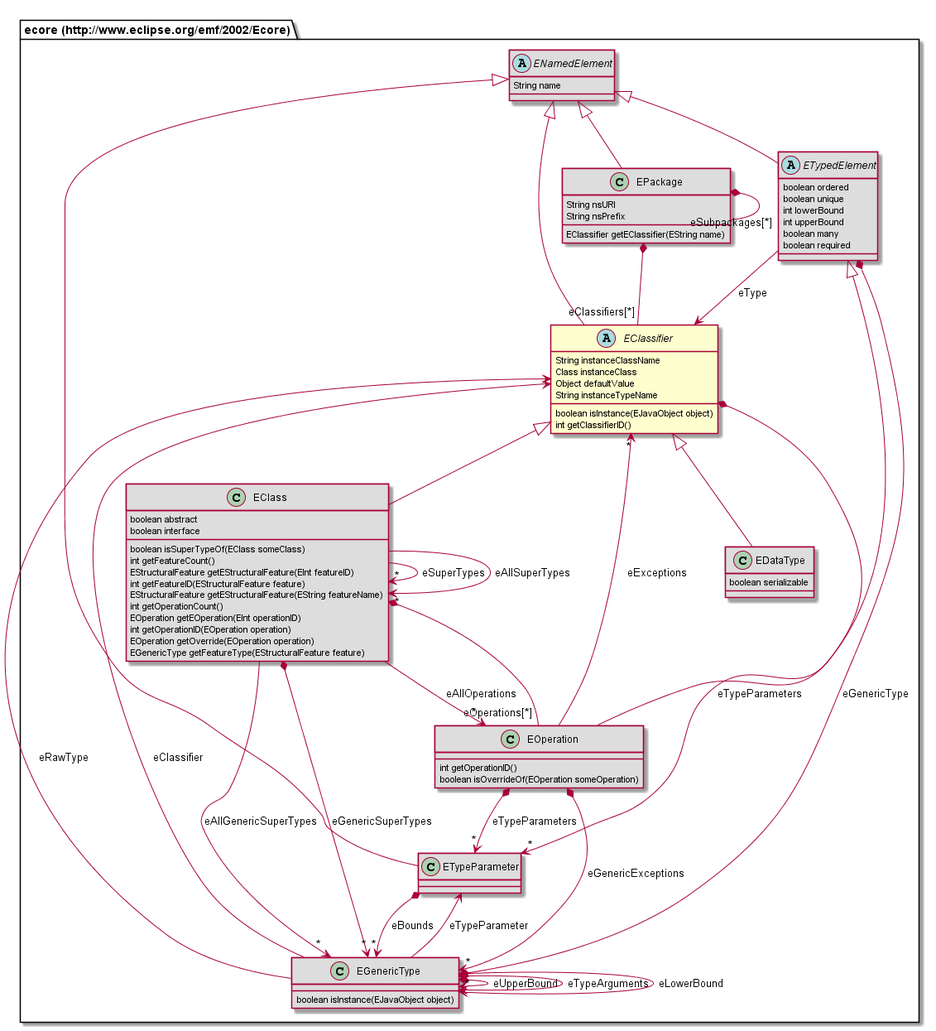
Above: org.nasdanika.html.repository/src/site/resources/app-model-doc/687474703a2f2f7777772e65636c697073652e6f72672f656d662f323030322f45636f7265/EClassifier.png in Nasdanika/html (PlantUML), before the change.
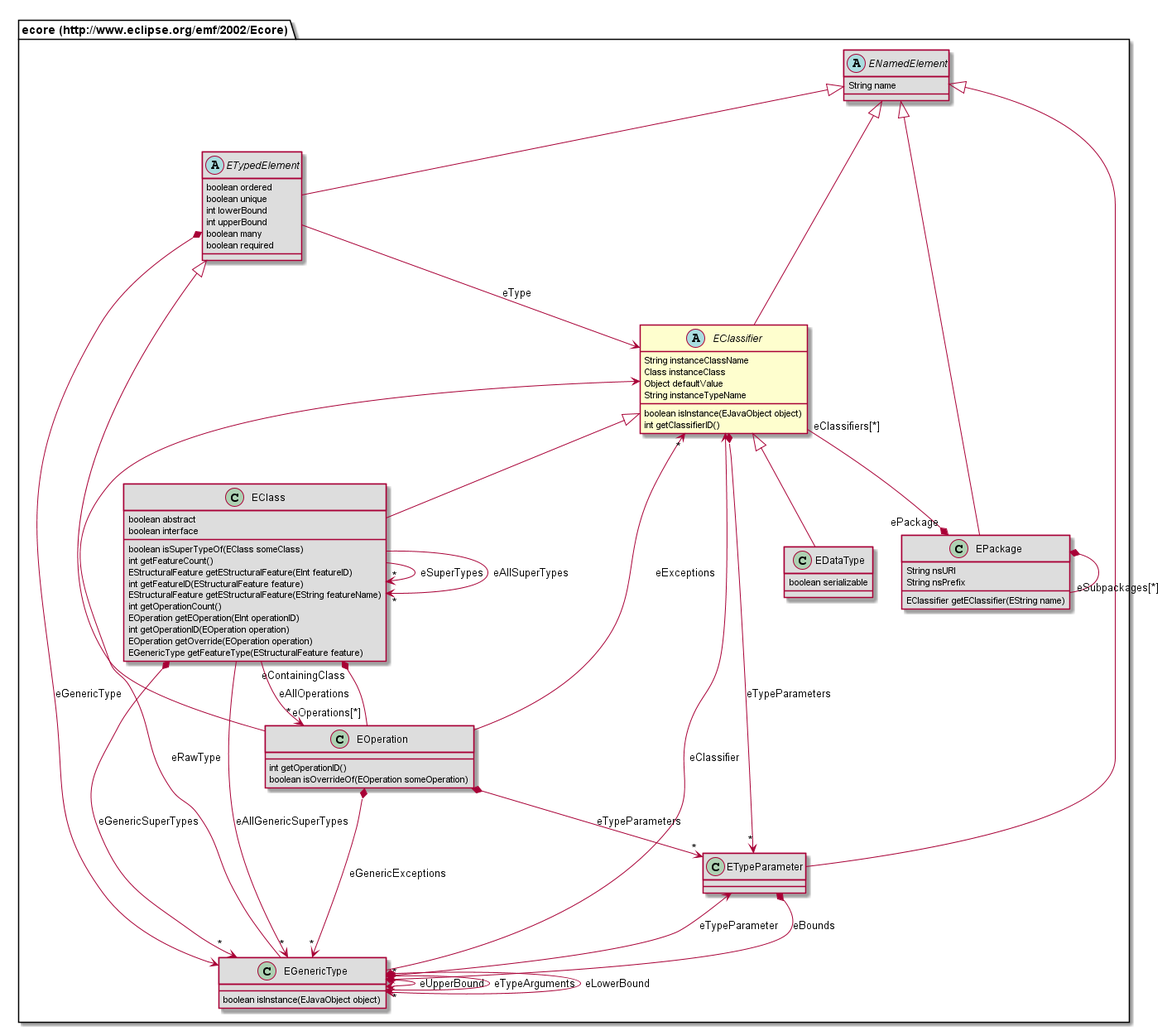
The same file after the commit.

Diff of the diagram source:
```diff
@@ -7,11 +7,6 @@
 	boolean isInstance(EJavaObject object)
 	int getClassifierID()
 }
-class "ecore (http://www.eclipse.org/emf/2002/Ecore).EPackage" [[#router/doc-content/687474703a2f2f7777772e65636c697073652e6f72672f656d662f323030322f45636f7265/EPackage.html]] #DDDDDD {
-	String nsURI
-	String nsPrefix
-	EClassifier getEClassifier(EString name)
-}
 abstract class "ecore (http://www.eclipse.org/emf/2002/Ecore).ETypedElement" [[#router/doc-content/687474703a2f2f7777772e65636c697073652e6f72672f656d662f323030322f45636f7265/ETypedElement.html]] #DDDDDD {
 	boolean ordered
 	boolean unique
@@ -20,10 +15,25 @@
 	boolean many
 	boolean required
 }
+abstract class "ecore (http://www.eclipse.org/emf/2002/Ecore).ENamedElement" [[#router/doc-content/687474703a2f2f7777772e65636c697073652e6f72672f656d662f323030322f45636f7265/ENamedElement.html]] #DDDDDD {
+	String name
+}
 class "ecore (http://www.eclipse.org/emf/2002/Ecore).EDataType" [[#router/doc-content/687474703a2f2f7777772e65636c697073652e6f72672f656d662f323030322f45636f7265/EDataType.html]] #DDDDDD {
 	boolean serializable
 }
 class "ecore (http://www.eclipse.org/emf/2002/Ecore).ETypeParameter" [[#router/doc-content/687474703a2f2f7777772e65636c697073652e6f72672f656d662f323030322f45636f7265/ETypeParameter.html]] #DDDDDD {
+}
+class "ecore (http://www.eclipse.org/emf/2002/Ecore).EGenericType" [[#router/doc-content/687474703a2f2f7777772e65636c697073652e6f72672f656d662f323030322f45636f7265/EGenericType.html]] #DDDDDD {
+	boolean isInstance(EJavaObject object)
+}
+class "ecore (http://www.eclipse.org/emf/2002/Ecore).EPackage" [[#router/doc-content/687474703a2f2f7777772e65636c697073652e6f72672f656d662f323030322f45636f7265/EPackage.html]] #DDDDDD {
+	String nsURI
+	String nsPrefix
+	EClassifier getEClassifier(EString name)
+}
+class "ecore (http://www.eclipse.org/emf/2002/Ecore).EOperation" [[#router/doc-content/687474703a2f2f7777772e65636c697073652e6f72672f656d662f323030322f45636f7265/EOperation.html]] #DDDDDD {
+	int getOperationID()
+	boolean isOverrideOf(EOperation someOperation)
 }
 class "ecore (http://www.eclipse.org/emf/2002/Ecore).EClass" [[#router/doc-content/687474703a2f2f7777772e65636c697073652e6f72672f656d662f323030322f45636f7265/EClass.html]] #DDDDDD {
 	boolean abstract
@@ -39,42 +49,32 @@
 	EOperation getOverride(EOperation operation)
 	EGenericType getFeatureType(EStructuralFeature feature)
 }
-class "ecore (http://www.eclipse.org/emf/2002/Ecore).EOperation" [[#router/doc-content/687474703a2f2f7777772e65636c697073652e6f72672f656d662f323030322f45636f7265/EOperation.html]] #DDDDDD {
-	int getOperationID()
-	boolean isOverrideOf(EOperation someOperation)
-}
-class "ecore (http://www.eclipse.org/emf/2002/Ecore).EGenericType" [[#router/doc-content/687474703a2f2f7777772e65636c697073652e6f72672f656d662f323030322f45636f7265/EGenericType.html]] #DDDDDD {
-	boolean isInstance(EJavaObject object)
-}
-abstract class "ecore (http://www.eclipse.org/emf/2002/Ecore).ENamedElement" [[#router/doc-content/687474703a2f2f7777772e65636c697073652e6f72672f656d662f323030322f45636f7265/ENamedElement.html]] #DDDDDD {
-	String name
-}
-"ecore (http://www.eclipse.org/emf/2002/Ecore).ENamedElement" <|-- "ecore (http://www.eclipse.org/emf/2002/Ecore).EPackage"
 "ecore (http://www.eclipse.org/emf/2002/Ecore).ENamedElement" <|-- "ecore (http://www.eclipse.org/emf/2002/Ecore).ETypedElement"
 "ecore (http://www.eclipse.org/emf/2002/Ecore).EClassifier" <|-- "ecore (http://www.eclipse.org/emf/2002/Ecore).EDataType"
+"ecore (http://www.eclipse.org/emf/2002/Ecore).ENamedElement" <|-- "ecore (http://www.eclipse.org/emf/2002/Ecore).EClassifier"
 "ecore (http://www.eclipse.org/emf/2002/Ecore).ENamedElement" <|-- "ecore (http://www.eclipse.org/emf/2002/Ecore).ETypeParameter"
+"ecore (http://www.eclipse.org/emf/2002/Ecore).ENamedElement" <|-- "ecore (http://www.eclipse.org/emf/2002/Ecore).EPackage"
+"ecore (http://www.eclipse.org/emf/2002/Ecore).ETypedElement" <|-- "ecore (http://www.eclipse.org/emf/2002/Ecore).EOperation"
 "ecore (http://www.eclipse.org/emf/2002/Ecore).EClassifier" <|-- "ecore (http://www.eclipse.org/emf/2002/Ecore).EClass"
-"ecore (http://www.eclipse.org/emf/2002/Ecore).ETypedElement" <|-- "ecore (http://www.eclipse.org/emf/2002/Ecore).EOperation"
-"ecore (http://www.eclipse.org/emf/2002/Ecore).ENamedElement" <|-- "ecore (http://www.eclipse.org/emf/2002/Ecore).EClassifier"
-"ecore (http://www.eclipse.org/emf/2002/Ecore).EPackage" *-- "eClassifiers[*]" "ecore (http://www.eclipse.org/emf/2002/Ecore).EClassifier"
-"ecore (http://www.eclipse.org/emf/2002/Ecore).EPackage" *-- "eSubpackages[*]" "ecore (http://www.eclipse.org/emf/2002/Ecore).EPackage"
 "ecore (http://www.eclipse.org/emf/2002/Ecore).ETypedElement" --> "ecore (http://www.eclipse.org/emf/2002/Ecore).EClassifier" : eType
 "ecore (http://www.eclipse.org/emf/2002/Ecore).ETypedElement" *--> "ecore (http://www.eclipse.org/emf/2002/Ecore).EGenericType" : eGenericType
+"ecore (http://www.eclipse.org/emf/2002/Ecore).EClassifier" "eClassifiers[*]" --* "ePackage" "ecore (http://www.eclipse.org/emf/2002/Ecore).EPackage"
+"ecore (http://www.eclipse.org/emf/2002/Ecore).EClassifier" *--> "*" "ecore (http://www.eclipse.org/emf/2002/Ecore).ETypeParameter" : eTypeParameters
 "ecore (http://www.eclipse.org/emf/2002/Ecore).ETypeParameter" *--> "*" "ecore (http://www.eclipse.org/emf/2002/Ecore).EGenericType" : eBounds
-"ecore (http://www.eclipse.org/emf/2002/Ecore).EClass" --> "*" "ecore (http://www.eclipse.org/emf/2002/Ecore).EClass" : eSuperTypes
-"ecore (http://www.eclipse.org/emf/2002/Ecore).EClass" *-- "eOperations[*]" "ecore (http://www.eclipse.org/emf/2002/Ecore).EOperation"
-"ecore (http://www.eclipse.org/emf/2002/Ecore).EClass" --> "*" "ecore (http://www.eclipse.org/emf/2002/Ecore).EOperation" : eAllOperations
-"ecore (http://www.eclipse.org/emf/2002/Ecore).EClass" --> "*" "ecore (http://www.eclipse.org/emf/2002/Ecore).EClass" : eAllSuperTypes
-"ecore (http://www.eclipse.org/emf/2002/Ecore).EClass" *--> "*" "ecore (http://www.eclipse.org/emf/2002/Ecore).EGenericType" : eGenericSuperTypes
-"ecore (http://www.eclipse.org/emf/2002/Ecore).EClass" --> "*" "ecore (http://www.eclipse.org/emf/2002/Ecore).EGenericType" : eAllGenericSuperTypes
-"ecore (http://www.eclipse.org/emf/2002/Ecore).EOperation" *--> "*" "ecore (http://www.eclipse.org/emf/2002/Ecore).ETypeParameter" : eTypeParameters
-"ecore (http://www.eclipse.org/emf/2002/Ecore).EOperation" --> "*" "ecore (http://www.eclipse.org/emf/2002/Ecore).EClassifier" : eExceptions
-"ecore (http://www.eclipse.org/emf/2002/Ecore).EOperation" *--> "*" "ecore (http://www.eclipse.org/emf/2002/Ecore).EGenericType" : eGenericExceptions
-"ecore (http://www.eclipse.org/emf/2002/Ecore).EClassifier" *--> "*" "ecore (http://www.eclipse.org/emf/2002/Ecore).ETypeParameter" : eTypeParameters
 "ecore (http://www.eclipse.org/emf/2002/Ecore).EGenericType" *--> "ecore (http://www.eclipse.org/emf/2002/Ecore).EGenericType" : eUpperBound
 "ecore (http://www.eclipse.org/emf/2002/Ecore).EGenericType" *--> "*" "ecore (http://www.eclipse.org/emf/2002/Ecore).EGenericType" : eTypeArguments
 "ecore (http://www.eclipse.org/emf/2002/Ecore).EGenericType" --> "ecore (http://www.eclipse.org/emf/2002/Ecore).EClassifier" : eRawType
 "ecore (http://www.eclipse.org/emf/2002/Ecore).EGenericType" *--> "ecore (http://www.eclipse.org/emf/2002/Ecore).EGenericType" : eLowerBound
 "ecore (http://www.eclipse.org/emf/2002/Ecore).EGenericType" --> "ecore (http://www.eclipse.org/emf/2002/Ecore).ETypeParameter" : eTypeParameter
 "ecore (http://www.eclipse.org/emf/2002/Ecore).EGenericType" --> "ecore (http://www.eclipse.org/emf/2002/Ecore).EClassifier" : eClassifier
+"ecore (http://www.eclipse.org/emf/2002/Ecore).EPackage" *-- "eSubpackages[*]" "ecore (http://www.eclipse.org/emf/2002/Ecore).EPackage"
+"ecore (http://www.eclipse.org/emf/2002/Ecore).EOperation" "eOperations[*]" --* "eContainingClass" "ecore (http://www.eclipse.org/emf/2002/Ecore).EClass"
+"ecore (http://www.eclipse.org/emf/2002/Ecore).EOperation" *--> "*" "ecore (http://www.eclipse.org/emf/2002/Ecore).ETypeParameter" : eTypeParameters
+"ecore (http://www.eclipse.org/emf/2002/Ecore).EOperation" --> "*" "ecore (http://www.eclipse.org/emf/2002/Ecore).EClassifier" : eExceptions
+"ecore (http://www.eclipse.org/emf/2002/Ecore).EOperation" *--> "*" "ecore (http://www.eclipse.org/emf/2002/Ecore).EGenericType" : eGenericExceptions
+"ecore (http://www.eclipse.org/emf/2002/Ecore).EClass" --> "*" "ecore (http://www.eclipse.org/emf/2002/Ecore).EClass" : eSuperTypes
+"ecore (http://www.eclipse.org/emf/2002/Ecore).EClass" --> "*" "ecore (http://www.eclipse.org/emf/2002/Ecore).EOperation" : eAllOperations
+"ecore (http://www.eclipse.org/emf/2002/Ecore).EClass" --> "*" "ecore (http://www.eclipse.org/emf/2002/Ecore).EClass" : eAllSuperTypes
+"ecore (http://www.eclipse.org/emf/2002/Ecore).EClass" *--> "*" "ecore (http://www.eclipse.org/emf/2002/Ecore).EGenericType" : eGenericSuperTypes
+"ecore (http://www.eclipse.org/emf/2002/Ecore).EClass" --> "*" "ecore (http://www.eclipse.org/emf/2002/Ecore).EGenericType" : eAllGenericSuperTypes
 @enduml
```
